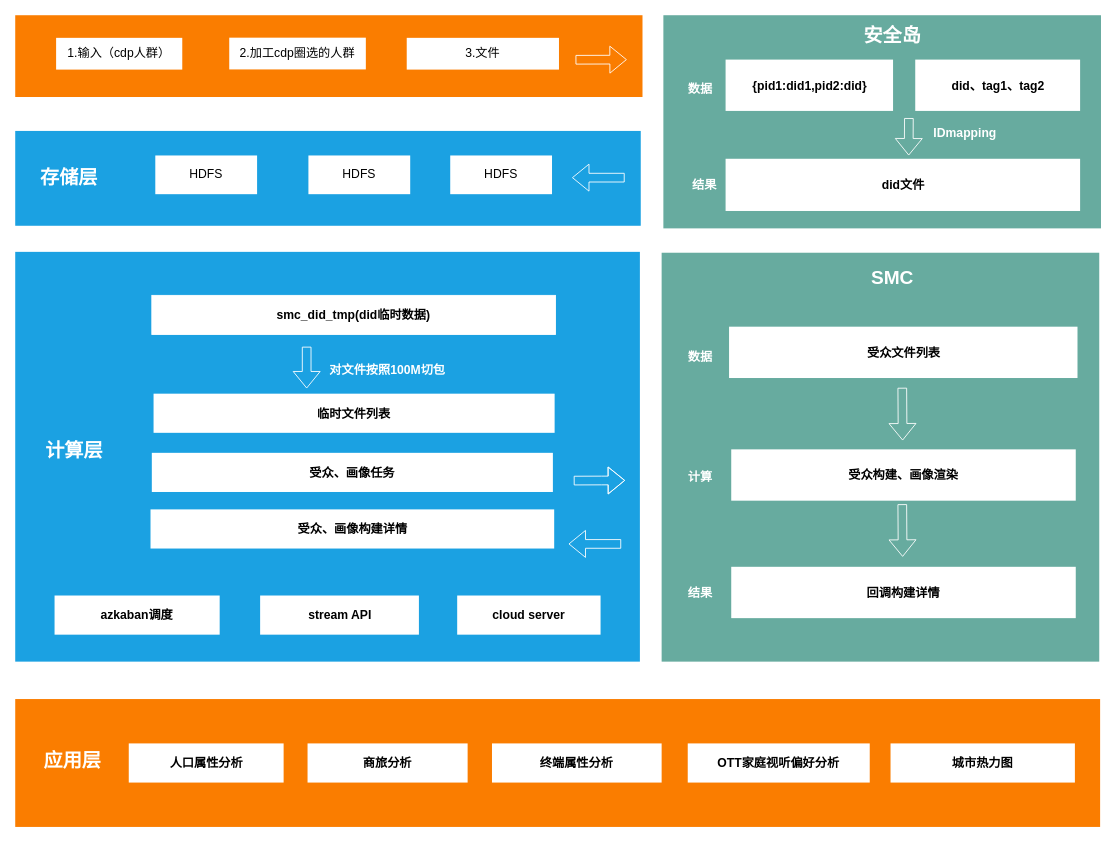
Above: 安全岛SMC.drawio in DThadch/draw (draw.io), before the change. Source tidied: cells renumbered, new cells numbered last; positions are measured from the earlier drawing's top-left corner, leaving out a move shared by most shapes. Both pictures are drawn from the tidied source at 87%, with x=0, y=0 at pixel (15, 15).
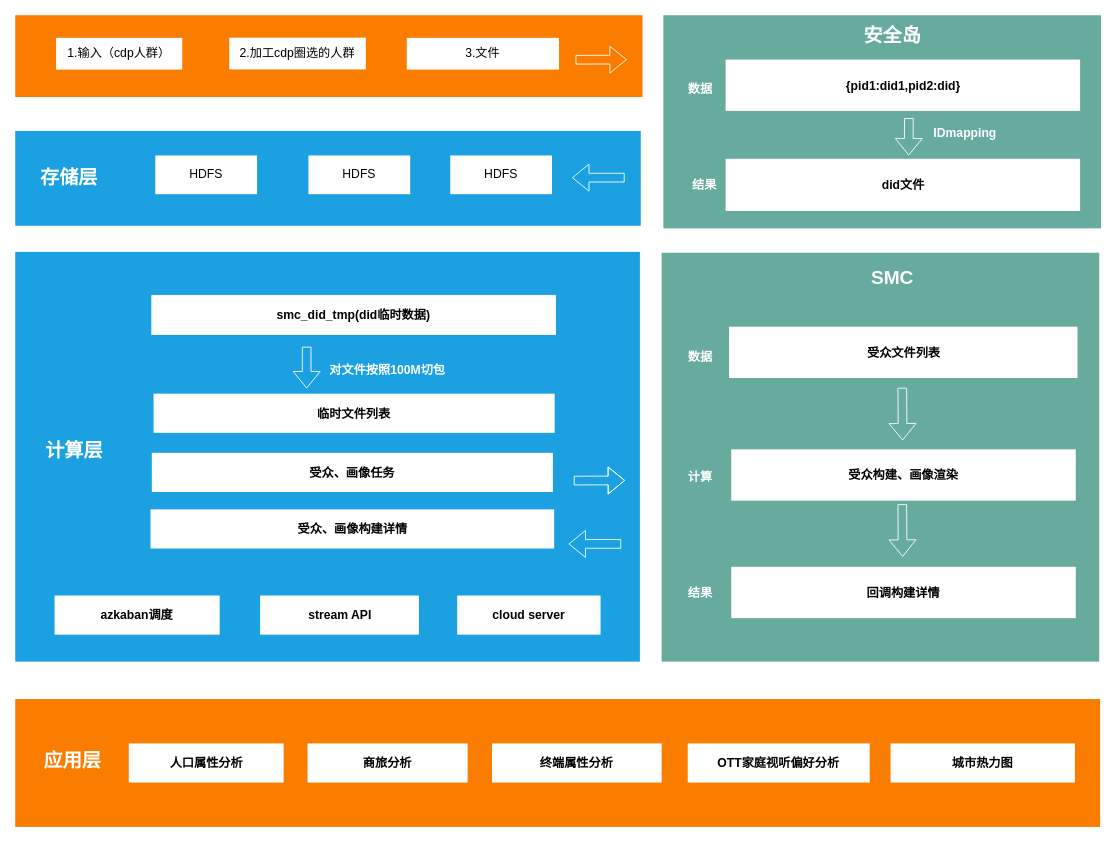
Above is the later version.

Commit message:
更新安全岛SMC.drawio

Change to the diagram source:
```diff
@@
-    <mxCell id="11" value="&lt;font color=&quot;#000000&quot;&gt;&lt;b&gt;did、tag1、tag2&lt;/b&gt;&lt;/font&gt;" style="rounded=0;whiteSpace=wrap;html=1;fillColor=#FFFFFF;strokeColor=none;fontColor=#ffffff;fontSize=14;" parent="1" vertex="1">
-      <mxGeometry x="1034.5" y="51" width="189.5" height="59" as="geometry" />
-    </mxCell>
@@
     <mxCell id="40" value="&lt;font color=&quot;#000000&quot;&gt;&lt;b&gt;{pid1:did1,pid2:did}&lt;/b&gt;&lt;/font&gt;" style="rounded=0;whiteSpace=wrap;html=1;fillColor=#FFFFFF;strokeColor=none;fontColor=#ffffff;fontSize=14;" parent="1" vertex="1">
-      <mxGeometry x="816.5" y="51" width="192.5" height="59" as="geometry" />
+      <mxGeometry x="816.5" y="51" width="407.5" height="59" as="geometry" />
     </mxCell>
```
